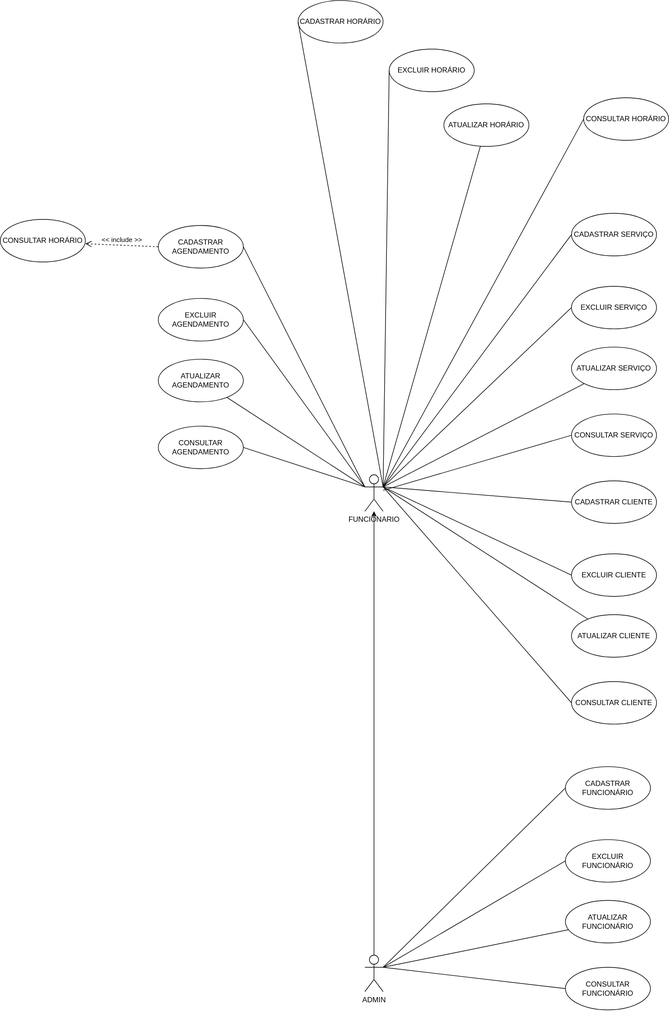
Above: TabelaUML.drawio.svg in Bernardo-Bertante/ProjetoPetShop (draw.io), before the change. Source tidied: cells renumbered, new cells last; positions are measured from the earlier drawing's top-left corner, leaving out a move shared by most shapes.
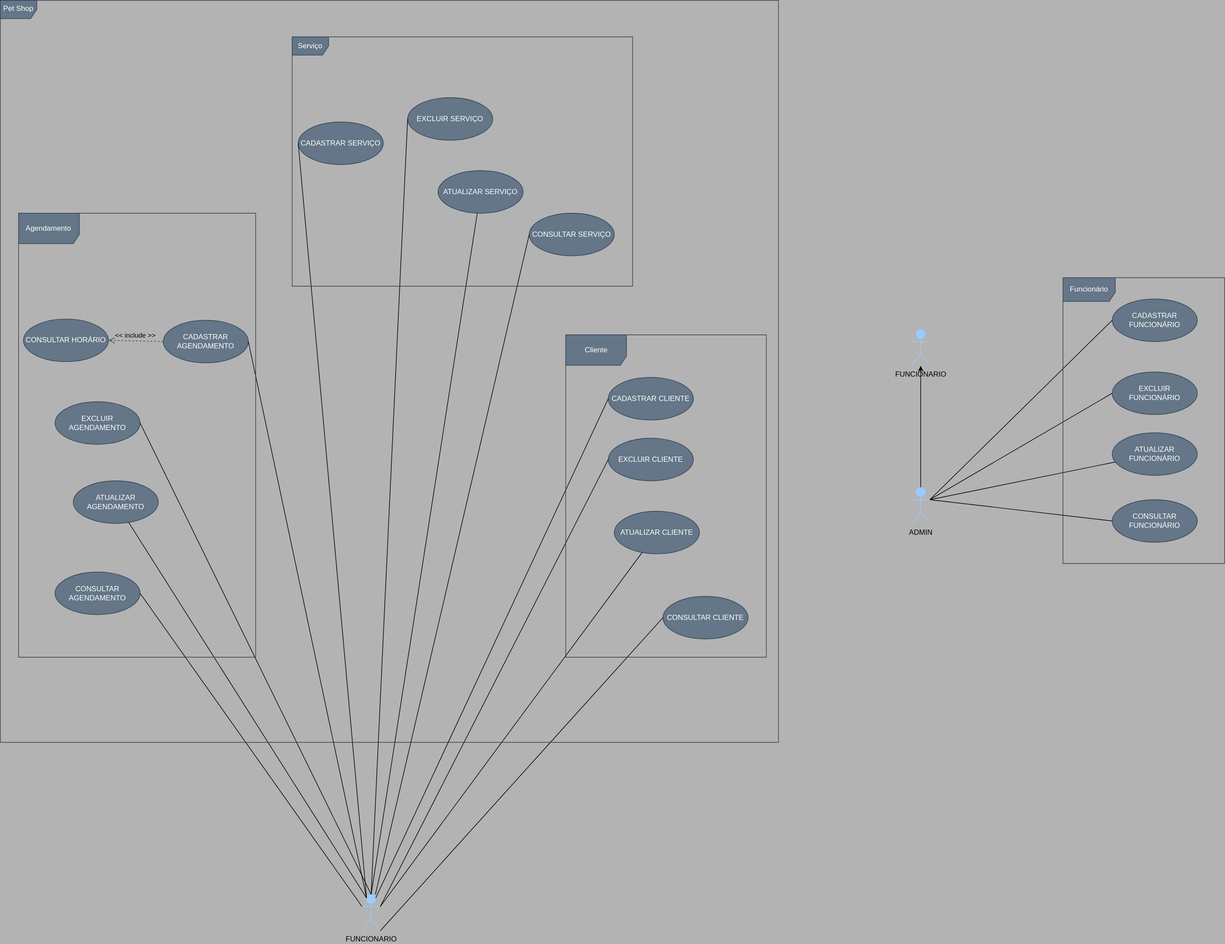
After the commit.

What changed in the source:
```diff
@@ -1,27 +1,27 @@
-<mxGraphModel>
+<mxGraphModel background="#B3B3B3">
   <root>
     <mxCell id="0" />
     <mxCell id="1" parent="0" />
-    <mxCell id="2" style="edgeStyle=orthogonalEdgeStyle;rounded=0;jettySize=auto;html=1;" parent="1" edge="1" source="3" target="8">
-      <mxGeometry relative="1" as="geometry" />
-    </mxCell>
+    <mxCell id="47" style="edgeStyle=orthogonalEdgeStyle;rounded=0;jettySize=auto;html=1;" parent="1" edge="1" source="3" target="48">
+      <mxGeometry relative="1" as="geometry" />
+    </mxCell>
-    <mxCell id="3" value="ADMIN&lt;div&gt;&lt;br&gt;&lt;/div&gt;" style="shape=umlActor;verticalLabelPosition=bottom;verticalAlign=top;html=1;" parent="1" vertex="1">
-      <mxGeometry x="600" y="1570" width="30" height="60" as="geometry" />
+    <mxCell id="3" value="ADMIN&lt;div&gt;&lt;br&gt;&lt;/div&gt;" style="shape=umlActor;verticalLabelPosition=bottom;verticalAlign=top;html=1;strokeColor=#99CCFF;fillColor=#99CCFF;" parent="1" vertex="1">
+      <mxGeometry x="879" y="871" width="30" height="60" as="geometry" />
     </mxCell>
-    <mxCell id="4" value="CADASTRAR FUNCIONÁRIO" style="ellipse;whiteSpace=wrap;html=1;" parent="1" vertex="1">
-      <mxGeometry x="930" y="1260" width="140" height="70" as="geometry" />
+    <mxCell id="4" value="CADASTRAR FUNCIONÁRIO" style="ellipse;whiteSpace=wrap;html=1;fillColor=#647687;fontColor=#ffffff;strokeColor=#314354;" parent="1" vertex="1">
+      <mxGeometry x="1209" y="561" width="140" height="70" as="geometry" />
     </mxCell>
-    <mxCell id="5" value="EXCLUIR FUNCIONÁRIO" style="ellipse;whiteSpace=wrap;html=1;" parent="1" vertex="1">
-      <mxGeometry x="930" y="1380" width="140" height="70" as="geometry" />
+    <mxCell id="5" value="EXCLUIR FUNCIONÁRIO" style="ellipse;whiteSpace=wrap;html=1;fillColor=#647687;fontColor=#ffffff;strokeColor=#314354;" parent="1" vertex="1">
+      <mxGeometry x="1209" y="681" width="140" height="70" as="geometry" />
     </mxCell>
-    <mxCell id="6" value="ATUALIZAR FUNCIONÁRIO" style="ellipse;whiteSpace=wrap;html=1;" parent="1" vertex="1">
-      <mxGeometry x="930" y="1480" width="140" height="70" as="geometry" />
+    <mxCell id="6" value="ATUALIZAR FUNCIONÁRIO" style="ellipse;whiteSpace=wrap;html=1;fillColor=#647687;fontColor=#ffffff;strokeColor=#314354;" parent="1" vertex="1">
+      <mxGeometry x="1209" y="781" width="140" height="70" as="geometry" />
     </mxCell>
-    <mxCell id="7" value="CONSULTAR FUNCIONÁRIO" style="ellipse;whiteSpace=wrap;html=1;" parent="1" vertex="1">
-      <mxGeometry x="930" y="1590" width="140" height="70" as="geometry" />
+    <mxCell id="7" value="CONSULTAR FUNCIONÁRIO" style="ellipse;whiteSpace=wrap;html=1;fillColor=#647687;fontColor=#ffffff;strokeColor=#314354;" parent="1" vertex="1">
+      <mxGeometry x="1209" y="891" width="140" height="70" as="geometry" />
     </mxCell>
-    <mxCell id="8" value="&lt;div&gt;FUNCIONARIO&lt;/div&gt;" style="shape=umlActor;verticalLabelPosition=bottom;verticalAlign=top;html=1;" parent="1" vertex="1">
-      <mxGeometry x="600" y="780" width="30" height="60" as="geometry" />
+    <mxCell id="8" value="&lt;div&gt;FUNCIONARIO&lt;/div&gt;" style="shape=umlActor;verticalLabelPosition=bottom;verticalAlign=top;html=1;fillColor=#99CCFF;fontColor=#000000;strokeColor=#99CCFF;" parent="1" vertex="1">
+      <mxGeometry x="-25" y="1540" width="30" height="60" as="geometry" />
     </mxCell>
     <mxCell id="9" style="endArrow=none;html=1;rounded=0;exitX=1;exitY=0.3333333333333333;exitDx=0;exitDy=0;exitPerimeter=0;entryX=0;entryY=0.5;entryDx=0;entryDy=0;" parent="1" edge="1" source="3" target="4">
       <mxGeometry relative="1" as="geometry" />
@@ -35,137 +35,101 @@
     <mxCell id="12" style="endArrow=none;html=1;rounded=0;exitX=1;exitY=0.3333333333333333;exitDx=0;exitDy=0;exitPerimeter=0;entryX=0;entryY=0.5;entryDx=0;entryDy=0;" parent="1" edge="1" source="3" target="7">
       <mxGeometry relative="1" as="geometry" />
     </mxCell>
-    <mxCell id="13" value="CADASTRAR CLIENTE" style="ellipse;whiteSpace=wrap;html=1;" parent="1" vertex="1">
-      <mxGeometry x="940" y="790" width="140" height="70" as="geometry" />
+    <mxCell id="13" value="CADASTRAR CLIENTE" style="ellipse;whiteSpace=wrap;html=1;fillColor=#647687;strokeColor=#314354;fontColor=#ffffff;" parent="1" vertex="1">
+      <mxGeometry x="380" y="690" width="140" height="70" as="geometry" />
     </mxCell>
-    <mxCell id="14" value="EXCLUIR CLIENTE" style="ellipse;whiteSpace=wrap;html=1;" parent="1" vertex="1">
-      <mxGeometry x="940" y="910" width="140" height="70" as="geometry" />
+    <mxCell id="14" value="EXCLUIR CLIENTE" style="ellipse;whiteSpace=wrap;html=1;fillColor=#647687;strokeColor=#314354;fontColor=#ffffff;" parent="1" vertex="1">
+      <mxGeometry x="380" y="790" width="140" height="70" as="geometry" />
     </mxCell>
-    <mxCell id="15" value="ATUALIZAR CLIENTE" style="ellipse;whiteSpace=wrap;html=1;" parent="1" vertex="1">
-      <mxGeometry x="940" y="1010" width="140" height="70" as="geometry" />
+    <mxCell id="15" value="ATUALIZAR CLIENTE" style="ellipse;whiteSpace=wrap;html=1;fillColor=#647687;strokeColor=#314354;fontColor=#ffffff;" parent="1" vertex="1">
+      <mxGeometry x="390" y="910" width="140" height="70" as="geometry" />
     </mxCell>
-    <mxCell id="16" value="CONSULTAR CLIENTE" style="ellipse;whiteSpace=wrap;html=1;" parent="1" vertex="1">
-      <mxGeometry x="940" y="1120" width="140" height="70" as="geometry" />
+    <mxCell id="16" value="CONSULTAR CLIENTE" style="ellipse;whiteSpace=wrap;html=1;fillColor=#647687;strokeColor=#314354;fontColor=#ffffff;" parent="1" vertex="1">
+      <mxGeometry x="470" y="1050" width="140" height="70" as="geometry" />
     </mxCell>
-    <mxCell id="17" style="endArrow=none;html=1;rounded=0;exitX=1;exitY=0.3333333333333333;exitDx=0;exitDy=0;exitPerimeter=0;entryX=0;entryY=0.5;entryDx=0;entryDy=0;" parent="1" edge="1" target="13">
-      <mxGeometry relative="1" as="geometry">
-        <mxPoint x="630" y="800" as="sourcePoint" />
-      </mxGeometry>
+    <mxCell id="17" style="endArrow=none;html=1;rounded=0;exitX=0.75;exitY=0.1;exitDx=0;exitDy=0;exitPerimeter=0;entryX=0;entryY=0.5;entryDx=0;entryDy=0;" parent="1" edge="1" source="8" target="13">
+      <mxGeometry relative="1" as="geometry" />
     </mxCell>
-    <mxCell id="18" style="endArrow=none;html=1;rounded=0;exitX=1;exitY=0.3333333333333333;exitDx=0;exitDy=0;exitPerimeter=0;entryX=0;entryY=0.5;entryDx=0;entryDy=0;" parent="1" edge="1" target="14">
-      <mxGeometry relative="1" as="geometry">
-        <mxPoint x="630" y="800" as="sourcePoint" />
-      </mxGeometry>
+    <mxCell id="18" style="endArrow=none;html=1;rounded=0;exitX=1;exitY=0.3333333333333333;exitDx=0;exitDy=0;exitPerimeter=0;entryX=0;entryY=0.5;entryDx=0;entryDy=0;" parent="1" edge="1" source="8" target="14">
+      <mxGeometry relative="1" as="geometry" />
     </mxCell>
-    <mxCell id="19" style="endArrow=none;html=1;rounded=0;exitX=1;exitY=0.3333333333333333;exitDx=0;exitDy=0;exitPerimeter=0;" parent="1" edge="1" target="15">
-      <mxGeometry relative="1" as="geometry">
-        <mxPoint x="630" y="800" as="sourcePoint" />
-      </mxGeometry>
+    <mxCell id="19" style="endArrow=none;html=1;rounded=0;exitX=1;exitY=0.3333333333333333;exitDx=0;exitDy=0;exitPerimeter=0;" parent="1" edge="1" source="8" target="15">
+      <mxGeometry relative="1" as="geometry" />
     </mxCell>
-    <mxCell id="20" style="endArrow=none;html=1;rounded=0;exitX=1;exitY=0.3333333333333333;exitDx=0;exitDy=0;exitPerimeter=0;entryX=0;entryY=0.5;entryDx=0;entryDy=0;" parent="1" edge="1" target="16">
-      <mxGeometry relative="1" as="geometry">
-        <mxPoint x="630" y="800" as="sourcePoint" />
-      </mxGeometry>
+    <mxCell id="20" style="endArrow=none;html=1;rounded=0;exitX=1;exitY=1;exitDx=0;exitDy=0;exitPerimeter=0;entryX=0;entryY=0.5;entryDx=0;entryDy=0;" parent="1" edge="1" source="8" target="16">
+      <mxGeometry relative="1" as="geometry" />
     </mxCell>
-    <mxCell id="21" value="CADASTRAR SERVIÇO" style="ellipse;whiteSpace=wrap;html=1;" parent="1" vertex="1">
-      <mxGeometry x="940" y="350" width="140" height="70" as="geometry" />
+    <mxCell id="21" value="CADASTRAR SERVIÇO" style="ellipse;whiteSpace=wrap;html=1;fillColor=#647687;strokeColor=#314354;fontColor=#ffffff;" parent="1" vertex="1">
+      <mxGeometry x="-130" y="270" width="140" height="70" as="geometry" />
     </mxCell>
-    <mxCell id="22" value="EXCLUIR SERVIÇO" style="ellipse;whiteSpace=wrap;html=1;" parent="1" vertex="1">
-      <mxGeometry x="940" y="470" width="140" height="70" as="geometry" />
+    <mxCell id="22" value="EXCLUIR SERVIÇO" style="ellipse;whiteSpace=wrap;html=1;fillColor=#647687;strokeColor=#314354;fontColor=#ffffff;" parent="1" vertex="1">
+      <mxGeometry x="50" y="230" width="140" height="70" as="geometry" />
     </mxCell>
-    <mxCell id="23" value="ATUALIZAR SERVIÇO" style="ellipse;whiteSpace=wrap;html=1;" parent="1" vertex="1">
-      <mxGeometry x="940" y="570" width="140" height="70" as="geometry" />
+    <mxCell id="23" value="ATUALIZAR SERVIÇO" style="ellipse;whiteSpace=wrap;html=1;fillColor=#647687;strokeColor=#314354;fontColor=#ffffff;" parent="1" vertex="1">
+      <mxGeometry x="100" y="350" width="140" height="70" as="geometry" />
     </mxCell>
-    <mxCell id="24" value="CONSULTAR SERVIÇO" style="ellipse;whiteSpace=wrap;html=1;" parent="1" vertex="1">
-      <mxGeometry x="940" y="680" width="140" height="70" as="geometry" />
+    <mxCell id="24" value="CONSULTAR SERVIÇO" style="ellipse;whiteSpace=wrap;html=1;fillColor=#647687;strokeColor=#314354;fontColor=#ffffff;" parent="1" vertex="1">
+      <mxGeometry x="250" y="420" width="140" height="70" as="geometry" />
     </mxCell>
-    <mxCell id="25" style="endArrow=none;html=1;rounded=0;entryX=0;entryY=0.5;entryDx=0;entryDy=0;" parent="1" edge="1" target="21">
-      <mxGeometry relative="1" as="geometry">
-        <mxPoint x="630" y="800" as="sourcePoint" />
-      </mxGeometry>
+    <mxCell id="25" style="endArrow=none;html=1;rounded=0;entryX=0;entryY=0.5;entryDx=0;entryDy=0;exitX=0.25;exitY=0.1;exitDx=0;exitDy=0;exitPerimeter=0;" parent="1" edge="1" source="8" target="21">
+      <mxGeometry relative="1" as="geometry" />
     </mxCell>
-    <mxCell id="26" style="endArrow=none;html=1;rounded=0;entryX=0;entryY=0.5;entryDx=0;entryDy=0;" parent="1" edge="1" target="22">
-      <mxGeometry relative="1" as="geometry">
-        <mxPoint x="630" y="800" as="sourcePoint" />
-      </mxGeometry>
+    <mxCell id="26" style="endArrow=none;html=1;rounded=0;entryX=0;entryY=0.5;entryDx=0;entryDy=0;exitX=0.5;exitY=0;exitDx=0;exitDy=0;exitPerimeter=0;" parent="1" edge="1" source="8" target="22">
+      <mxGeometry relative="1" as="geometry" />
     </mxCell>
-    <mxCell id="27" style="endArrow=none;html=1;rounded=0;" parent="1" edge="1" target="23">
-      <mxGeometry relative="1" as="geometry">
-        <mxPoint x="630" y="800" as="sourcePoint" />
-      </mxGeometry>
+    <mxCell id="27" style="endArrow=none;html=1;rounded=0;exitX=0.5;exitY=0;exitDx=0;exitDy=0;exitPerimeter=0;" parent="1" edge="1" source="8" target="23">
+      <mxGeometry relative="1" as="geometry" />
     </mxCell>
     <mxCell id="28" style="endArrow=none;html=1;rounded=0;entryX=0;entryY=0.5;entryDx=0;entryDy=0;" parent="1" edge="1" source="8" target="24">
       <mxGeometry relative="1" as="geometry" />
     </mxCell>
-    <mxCell id="29" value="CADASTRAR HORÁRIO" style="ellipse;whiteSpace=wrap;html=1;" parent="1" vertex="1">
-      <mxGeometry x="490" width="140" height="70" as="geometry" />
-    </mxCell>
-    <mxCell id="30" value="EXCLUIR HORÁRIO" style="ellipse;whiteSpace=wrap;html=1;" parent="1" vertex="1">
-      <mxGeometry x="640" y="80" width="140" height="70" as="geometry" />
-    </mxCell>
-    <mxCell id="31" value="ATUALIZAR HORÁRIO" style="ellipse;whiteSpace=wrap;html=1;" parent="1" vertex="1">
-      <mxGeometry x="730" y="170" width="140" height="70" as="geometry" />
-    </mxCell>
-    <mxCell id="32" value="CONSULTAR HORÁRIO" style="ellipse;whiteSpace=wrap;html=1;" parent="1" vertex="1">
-      <mxGeometry x="960" y="160" width="140" height="70" as="geometry" />
-    </mxCell>
-    <mxCell id="33" style="endArrow=none;html=1;rounded=0;entryX=0;entryY=0.5;entryDx=0;entryDy=0;" parent="1" edge="1" target="29">
-      <mxGeometry relative="1" as="geometry">
-        <mxPoint x="630" y="800" as="sourcePoint" />
-      </mxGeometry>
-    </mxCell>
-    <mxCell id="34" style="endArrow=none;html=1;rounded=0;entryX=0;entryY=0.5;entryDx=0;entryDy=0;" parent="1" edge="1" target="30">
-      <mxGeometry relative="1" as="geometry">
-        <mxPoint x="630" y="800" as="sourcePoint" />
-      </mxGeometry>
-    </mxCell>
-    <mxCell id="35" style="endArrow=none;html=1;rounded=0;" parent="1" edge="1" target="31">
-      <mxGeometry relative="1" as="geometry">
-        <mxPoint x="630" y="800" as="sourcePoint" />
-      </mxGeometry>
-    </mxCell>
-    <mxCell id="36" style="endArrow=none;html=1;rounded=0;entryX=0;entryY=0.5;entryDx=0;entryDy=0;" parent="1" edge="1" target="32">
-      <mxGeometry relative="1" as="geometry">
-        <mxPoint x="630" y="800" as="sourcePoint" />
-      </mxGeometry>
-    </mxCell>
-    <mxCell id="37" value="CADASTRAR AGENDAMENTO" style="ellipse;whiteSpace=wrap;html=1;" parent="1" vertex="1">
-      <mxGeometry x="260" y="370" width="140" height="70" as="geometry" />
+    <mxCell id="37" value="CADASTRAR AGENDAMENTO" style="ellipse;whiteSpace=wrap;html=1;fillColor=#647687;strokeColor=#314354;fontColor=#ffffff;" parent="1" vertex="1">
+      <mxGeometry x="-352" y="596" width="140" height="70" as="geometry" />
     </mxCell>
-    <mxCell id="38" value="EXCLUIR AGENDAMENTO" style="ellipse;whiteSpace=wrap;html=1;" parent="1" vertex="1">
-      <mxGeometry x="260" y="490" width="140" height="70" as="geometry" />
+    <mxCell id="38" value="EXCLUIR AGENDAMENTO" style="ellipse;whiteSpace=wrap;html=1;fillColor=#647687;strokeColor=#314354;fontColor=#ffffff;" parent="1" vertex="1">
+      <mxGeometry x="-530" y="730" width="140" height="70" as="geometry" />
     </mxCell>
-    <mxCell id="39" value="ATUALIZAR AGENDAMENTO" style="ellipse;whiteSpace=wrap;html=1;" parent="1" vertex="1">
-      <mxGeometry x="260" y="590" width="140" height="70" as="geometry" />
+    <mxCell id="39" value="ATUALIZAR AGENDAMENTO" style="ellipse;whiteSpace=wrap;html=1;fillColor=#647687;strokeColor=#314354;fontColor=#ffffff;" parent="1" vertex="1">
+      <mxGeometry x="-500" y="860" width="140" height="70" as="geometry" />
     </mxCell>
-    <mxCell id="40" value="CONSULTAR AGENDAMENTO" style="ellipse;whiteSpace=wrap;html=1;" parent="1" vertex="1">
-      <mxGeometry x="260" y="700" width="140" height="70" as="geometry" />
+    <mxCell id="40" value="CONSULTAR AGENDAMENTO" style="ellipse;whiteSpace=wrap;html=1;fillColor=#647687;strokeColor=#314354;fontColor=#ffffff;" parent="1" vertex="1">
+      <mxGeometry x="-530" y="1010" width="140" height="70" as="geometry" />
     </mxCell>
-    <mxCell id="41" style="endArrow=none;html=1;rounded=0;entryX=1;entryY=0.5;entryDx=0;entryDy=0;" parent="1" edge="1" target="37">
-      <mxGeometry relative="1" as="geometry">
-        <mxPoint x="600" y="800" as="sourcePoint" />
-      </mxGeometry>
+    <mxCell id="41" style="endArrow=none;html=1;rounded=0;entryX=1;entryY=0.5;entryDx=0;entryDy=0;exitX=0.25;exitY=0.1;exitDx=0;exitDy=0;exitPerimeter=0;" parent="1" edge="1" source="8" target="37">
+      <mxGeometry relative="1" as="geometry" />
     </mxCell>
-    <mxCell id="42" style="endArrow=none;html=1;rounded=0;entryX=1;entryY=0.5;entryDx=0;entryDy=0;" parent="1" edge="1" target="38">
-      <mxGeometry relative="1" as="geometry">
-        <mxPoint x="600" y="800" as="sourcePoint" />
-      </mxGeometry>
+    <mxCell id="42" style="endArrow=none;html=1;rounded=0;entryX=1;entryY=0.5;entryDx=0;entryDy=0;exitX=0.5;exitY=0;exitDx=0;exitDy=0;exitPerimeter=0;" parent="1" edge="1" source="8" target="38">
+      <mxGeometry relative="1" as="geometry" />
     </mxCell>
-    <mxCell id="43" style="endArrow=none;html=1;rounded=0;" parent="1" edge="1" target="39">
-      <mxGeometry relative="1" as="geometry">
-        <mxPoint x="600" y="800" as="sourcePoint" />
-      </mxGeometry>
+    <mxCell id="43" style="endArrow=none;html=1;rounded=0;exitX=0.25;exitY=0.1;exitDx=0;exitDy=0;exitPerimeter=0;" parent="1" edge="1" source="8" target="39">
+      <mxGeometry relative="1" as="geometry" />
     </mxCell>
     <mxCell id="44" style="endArrow=none;html=1;rounded=0;entryX=1;entryY=0.5;entryDx=0;entryDy=0;exitX=0;exitY=0.3333333333333333;exitDx=0;exitDy=0;exitPerimeter=0;" parent="1" edge="1" source="8" target="40">
       <mxGeometry relative="1" as="geometry" />
     </mxCell>
-    <mxCell id="45" value="&amp;lt;&amp;lt; include &amp;gt;&amp;gt;" style="html=1;verticalAlign=bottom;endArrow=open;dashed=1;endSize=8;curved=0;rounded=0;exitX=0;exitY=0.5;exitDx=0;exitDy=0;" parent="1" edge="1" source="37">
-      <mxGeometry relative="1" as="geometry">
-        <mxPoint x="140" y="400" as="targetPoint" />
-      </mxGeometry>
+    <mxCell id="45" value="&amp;lt;&amp;lt; include &amp;gt;&amp;gt;" style="html=1;verticalAlign=bottom;endArrow=open;dashed=1;endSize=8;curved=0;rounded=0;exitX=0;exitY=0.5;exitDx=0;exitDy=0;entryX=1;entryY=0.5;entryDx=0;entryDy=0;fillColor=#647687;strokeColor=#314354;labelBackgroundColor=none;" parent="1" edge="1" source="37" target="46">
+      <mxGeometry relative="1" as="geometry" />
     </mxCell>
-    <mxCell id="46" value="CONSULTAR HORÁRIO" style="ellipse;whiteSpace=wrap;html=1;" parent="1" vertex="1">
-      <mxGeometry y="360" width="140" height="70" as="geometry" />
+    <mxCell id="46" value="CONSULTAR HORÁRIO" style="ellipse;whiteSpace=wrap;html=1;fillColor=#647687;strokeColor=#314354;fontColor=#ffffff;" parent="1" vertex="1">
+      <mxGeometry x="-582" y="594" width="140" height="70" as="geometry" />
     </mxCell>
+    <mxCell id="48" value="&lt;div&gt;FUNCIONARIO&lt;/div&gt;" style="shape=umlActor;verticalLabelPosition=bottom;verticalAlign=top;html=1;fillColor=#99CCFF;strokeColor=#99CCFF;" parent="1" vertex="1">
+      <mxGeometry x="879" y="611" width="30" height="60" as="geometry" />
+    </mxCell>
+    <mxCell id="49" value="Pet Shop" style="shape=umlFrame;whiteSpace=wrap;html=1;fillColor=#647687;fontColor=#ffffff;strokeColor=#314354;" parent="1" vertex="1">
+      <mxGeometry x="-620" y="70" width="1280" height="1220" as="geometry" />
+    </mxCell>
+    <mxCell id="50" value="Agendamento" style="shape=umlFrame;whiteSpace=wrap;html=1;width=100;height=50;fillColor=#647687;strokeColor=#314354;fontColor=#ffffff;" parent="1" vertex="1">
+      <mxGeometry x="-590" y="420" width="390" height="730" as="geometry" />
+    </mxCell>
+    <mxCell id="51" value="Serviço" style="shape=umlFrame;whiteSpace=wrap;html=1;fillColor=#647687;strokeColor=#314354;fontColor=#ffffff;" parent="1" vertex="1">
+      <mxGeometry x="-140" y="130" width="560" height="410" as="geometry" />
+    </mxCell>
+    <mxCell id="52" value="Cliente" style="shape=umlFrame;whiteSpace=wrap;html=1;width=100;height=50;fillColor=#647687;strokeColor=#314354;fontColor=#ffffff;" parent="1" vertex="1">
+      <mxGeometry x="310" y="620" width="330" height="530" as="geometry" />
+    </mxCell>
+    <mxCell id="53" value="Funcionário" style="shape=umlFrame;whiteSpace=wrap;html=1;width=86;height=39;fillColor=#647687;fontColor=#ffffff;strokeColor=#314354;" parent="1" vertex="1">
+      <mxGeometry x="1128" y="526" width="266" height="470" as="geometry" />
+    </mxCell>
   </root>
 </mxGraphModel>
```
